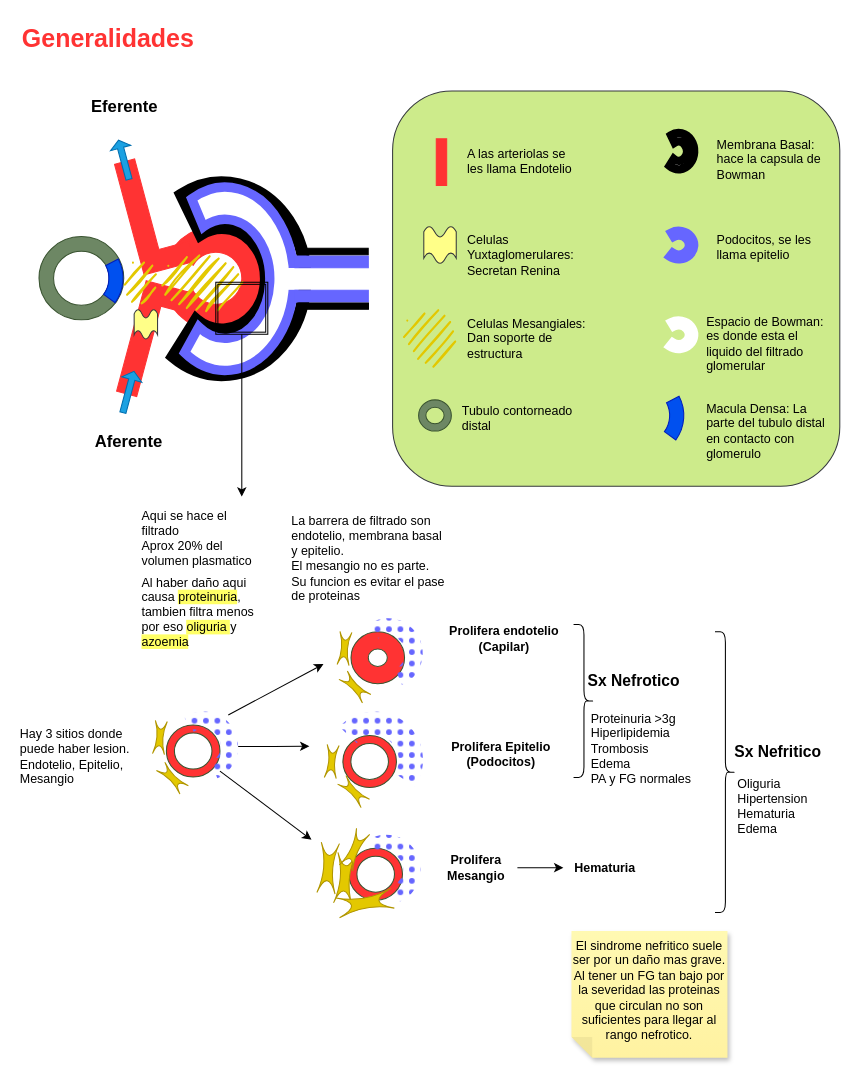
Earlier version of the draw.io diagram Nefro.drawio (Santicabal/Apuntes). Source tidied: cells renumbered, new cells numbered last; positions are measured from the earlier drawing's top-left corner, leaving out a move shared by most shapes. Both pictures are drawn from the tidied source at 104%, with x=0, y=0 at pixel (18, 18).
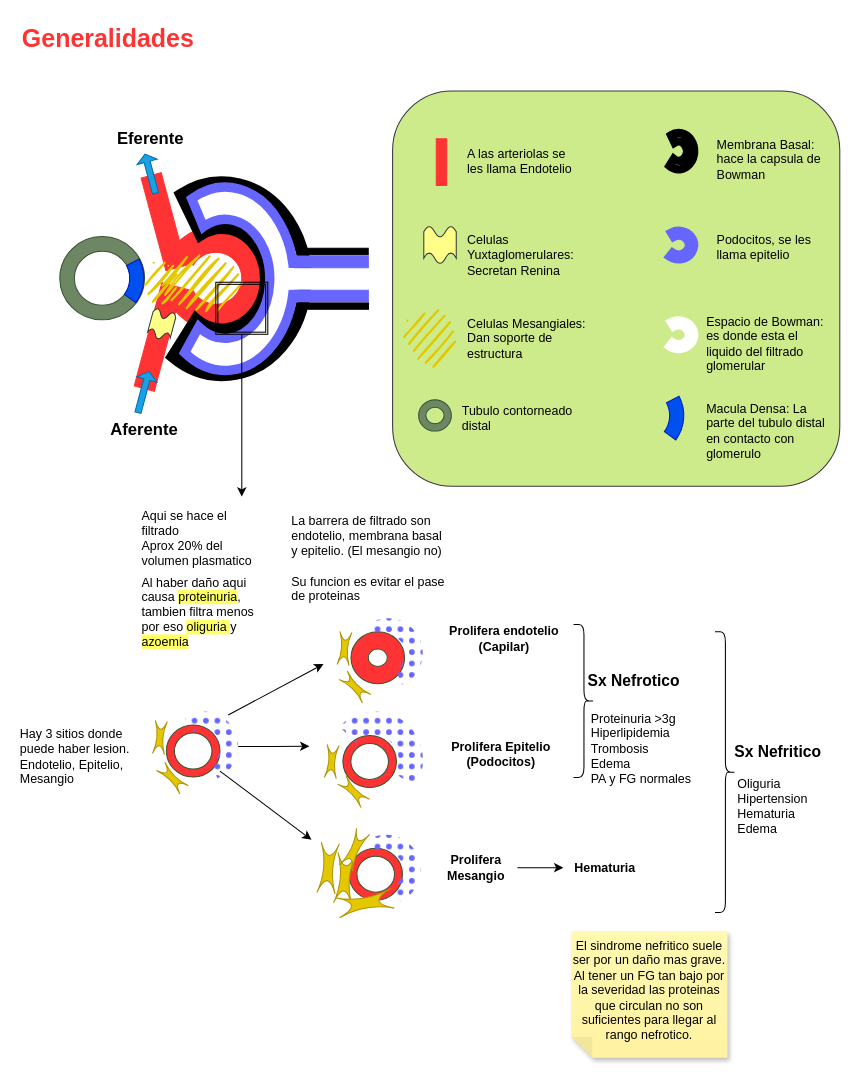
The same diagram, later.

The edit, as a diff of the source:
```diff
@@
     <mxCell id="4" style="shape=corner;whiteSpace=wrap;html=1;dx=20;dy=20;fillColor=#FF3333;fontColor=#000000;strokeColor=#FF3333;rotation=15;" parent="1" vertex="1">
-      <mxGeometry x="108" y="257" width="50" height="110" as="geometry" />
+      <mxGeometry x="124.4" y="256.1" width="26.9" height="102.7" as="geometry" />
     </mxCell>
     <mxCell id="5" style="shape=corner;whiteSpace=wrap;html=1;dx=20;dy=20;direction=north;fillColor=#FF3333;fontColor=#000000;strokeColor=#FF3333;rotation=-15;" parent="1" vertex="1">
-      <mxGeometry x="106" y="132.2" width="50" height="110" as="geometry" />
+      <mxGeometry x="129.7" y="149" width="24.6" height="92.2" as="geometry" />
     </mxCell>
@@
     <mxCell id="7" style="shape=singleArrow;direction=north;whiteSpace=wrap;html=1;fillColor=#1ba1e2;fontColor=#ffffff;strokeColor=#006EAF;rotation=15;" parent="1" vertex="1">
-      <mxGeometry x="96" y="338.8" width="20" height="41.2" as="geometry" />
+      <mxGeometry x="110.5" y="338.8" width="20" height="41.2" as="geometry" />
     </mxCell>
     <mxCell id="8" style="shape=singleArrow;direction=north;whiteSpace=wrap;html=1;fillColor=#1ba1e2;fontColor=#ffffff;strokeColor=#006EAF;rotation=-15;" parent="1" vertex="1">
-      <mxGeometry x="91.5" y="116.6" width="20" height="39" as="geometry" />
+      <mxGeometry x="117" y="130" width="20" height="39" as="geometry" />
     </mxCell>
     <mxCell id="9" value="Aferente" style="text;html=1;align=center;verticalAlign=middle;strokeColor=none;fillColor=none;fontSize=16;fontStyle=1;" parent="1" vertex="1">
-      <mxGeometry x="61" y="392" width="90" height="30" as="geometry" />
+      <mxGeometry x="75.5" y="380" width="90" height="30" as="geometry" />
     </mxCell>
     <mxCell id="10" value="Eferente" style="text;html=1;align=center;verticalAlign=middle;strokeColor=none;fillColor=none;fontSize=16;fontStyle=1;" parent="1" vertex="1">
-      <mxGeometry x="56.5" y="70" width="90" height="30" as="geometry" />
+      <mxGeometry x="82" y="100" width="90" height="30" as="geometry" />
     </mxCell>
@@
-    <mxCell id="13" style="verticalLabelPosition=bottom;verticalAlign=top;html=1;shape=mxgraph.basic.wave2;dy=0.3;fillColor=#ffff88;strokeColor=#36393d;" parent="1" vertex="1">
-      <mxGeometry x="111.5" y="280" width="22.5" height="28.8" as="geometry" />
+    <mxCell id="13" style="verticalLabelPosition=bottom;verticalAlign=top;html=1;shape=mxgraph.basic.wave2;dy=0.3;fillColor=#ffff88;strokeColor=#36393d;rotation=15;" parent="1" vertex="1">
+      <mxGeometry x="126.7" y="280.4" width="22.5" height="28.8" as="geometry" />
     </mxCell>
@@
     <mxCell id="31" style="verticalLabelPosition=bottom;verticalAlign=top;html=1;shape=mxgraph.basic.donut;dx=14;fillColor=#6d8764;fontColor=#ffffff;strokeColor=#3A5431;" parent="1" vertex="1">
-      <mxGeometry x="20" y="210" width="81.5" height="80" as="geometry" />
+      <mxGeometry x="40" y="210" width="81.5" height="80" as="geometry" />
     </mxCell>
     <mxCell id="32" style="ellipse;whiteSpace=wrap;html=1;strokeWidth=2;fillWeight=2;hachureGap=8;fillColor=#e3c800;fillStyle=dots;strokeColor=none;fontColor=#000000;sketch=1;curveFitting=1;jiggle=2;" parent="1" vertex="1">
-      <mxGeometry x="101.9" y="231.9" width="31.1" height="42" as="geometry" />
+      <mxGeometry x="121.9" y="231.9" width="31.1" height="42" as="geometry" />
     </mxCell>
     <mxCell id="33" style="verticalLabelPosition=bottom;verticalAlign=top;html=1;shape=mxgraph.basic.partConcEllipse;startAngle=0.9232747917136791;endAngle=0.1;arcWidth=0.34;direction=south;fillColor=#0050ef;strokeColor=#001DBC;fontColor=#ffffff;" parent="1" vertex="1">
-      <mxGeometry x="20.8" y="210" width="80" height="80" as="geometry" />
+      <mxGeometry x="40.8" y="210" width="80" height="80" as="geometry" />
     </mxCell>
@@
-    <mxCell id="71" value="La barrera de filtrado son endotelio, membrana basal y epitelio. &lt;br&gt;El mesangio no es parte.&lt;br&gt;Su funcion es evitar el pase de proteinas" style="rounded=1;whiteSpace=wrap;html=1;align=left;verticalAlign=top;strokeColor=none;" parent="1" vertex="1">
+    <mxCell id="71" value="La barrera de filtrado son endotelio, membrana basal y epitelio. (El mesangio no)&lt;br&gt;&lt;div&gt;&lt;br&gt;&lt;/div&gt;&lt;div&gt;Su funcion es evitar el pase de proteinas&lt;/div&gt;" style="rounded=1;whiteSpace=wrap;html=1;align=left;verticalAlign=top;strokeColor=none;" parent="1" vertex="1">
       <mxGeometry x="260.8" y="470" width="151.2" height="100" as="geometry" />
     </mxCell>
```
